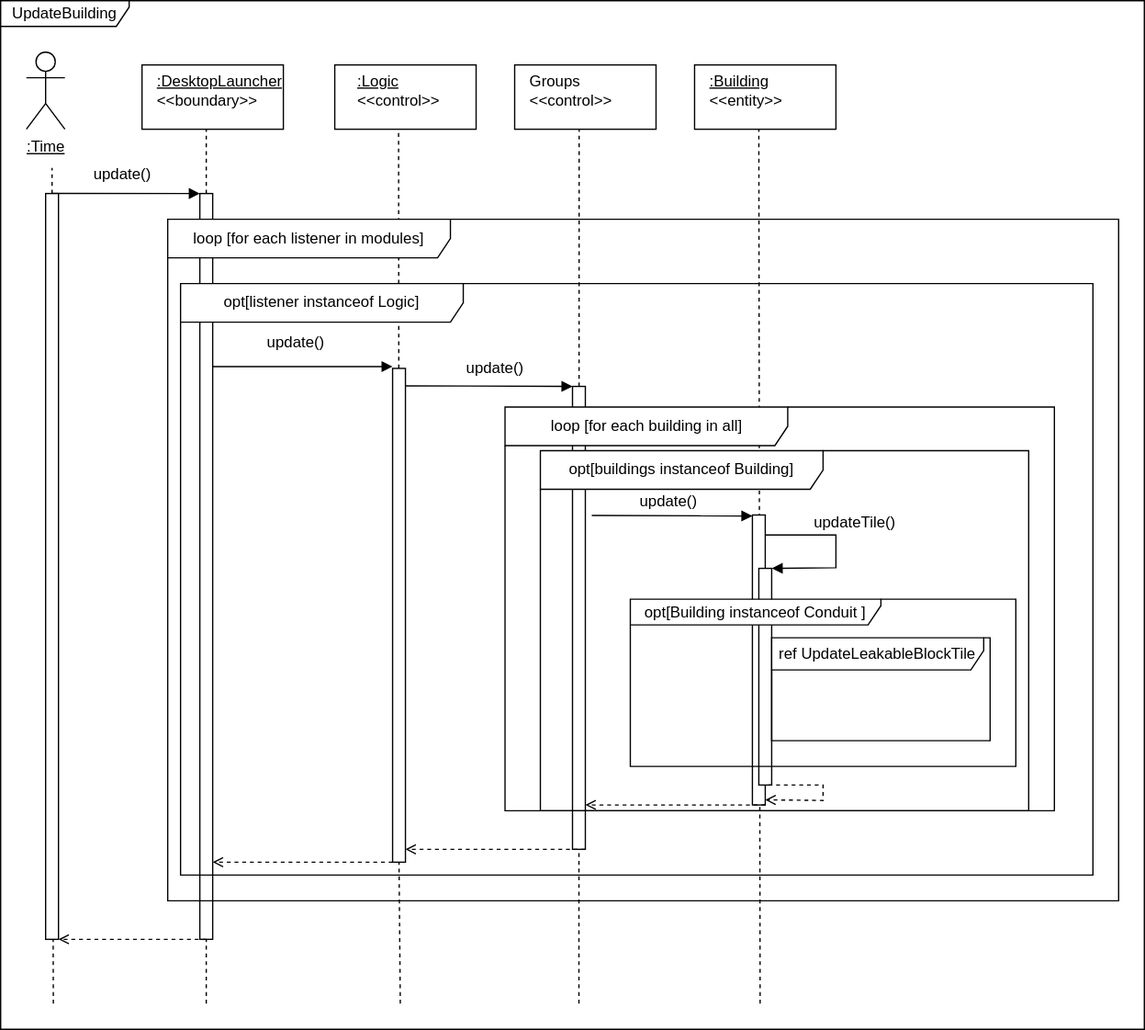
Above: SE202526/Milestone3/UserStory2/assets/seqUpdateBuilding.svg in gabits17/Mindustry-Add-ons-SE-Project (draw.io), before the change. Source tidied: cells renumbered, new cells last; positions are measured from the earlier drawing's top-left corner, leaving out a move shared by most shapes.
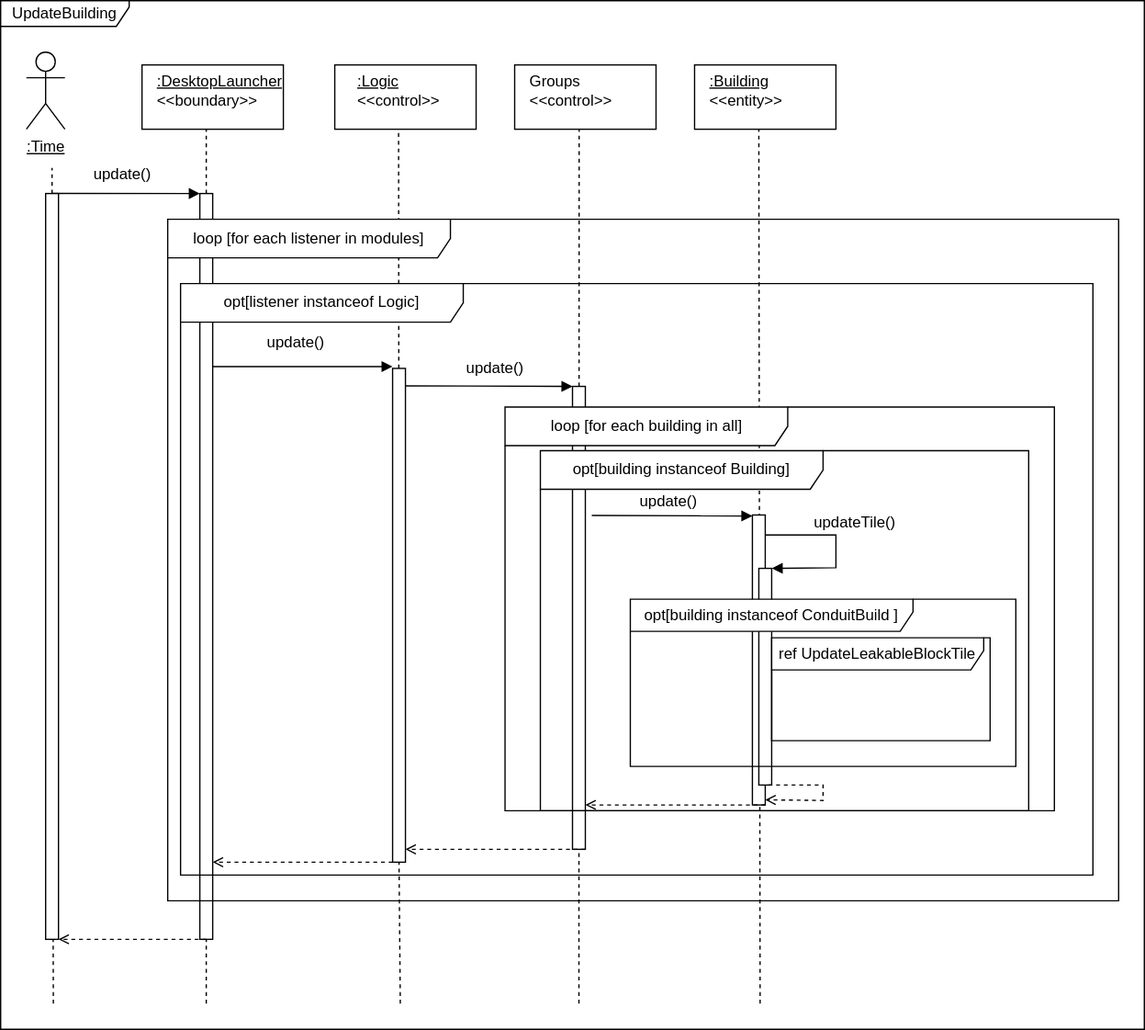
After the commit.

Commit message:
Diogo Antunes 67763: Fixed diagram mistake in UpdateBuilding

What changed in the source:
```diff
@@ -118,7 +118,7 @@
     <mxCell id="32" style="rounded=0;whiteSpace=wrap;html=1;" parent="1" vertex="1">
       <mxGeometry x="590" y="441.5" width="10" height="168.5" as="geometry" />
     </mxCell>
-    <mxCell id="33" value="opt[Building instanceof Conduit ]" style="shape=umlFrame;whiteSpace=wrap;html=1;width=195;height=20;" parent="1" vertex="1">
+    <mxCell id="33" value="opt[b&lt;span style=&quot;background-color: transparent; color: light-dark(rgb(0, 0, 0), rgb(255, 255, 255));&quot;&gt;uilding instanceof ConduitBuild ]&lt;/span&gt;" style="shape=umlFrame;whiteSpace=wrap;html=1;width=220;height=25;" parent="1" vertex="1">
       <mxGeometry x="490" y="465.5" width="300" height="130" as="geometry" />
     </mxCell>
     <mxCell id="34" value="ref UpdateLeakableBlockTile" style="shape=umlFrame;whiteSpace=wrap;html=1;width=165;height=25;" parent="1" vertex="1">
@@ -145,7 +145,7 @@
         </Array>
       </mxGeometry>
     </mxCell>
-    <mxCell id="39" value="opt[buildings instanceof Building]" style="shape=umlFrame;whiteSpace=wrap;html=1;width=220;height=30;" parent="1" vertex="1">
+    <mxCell id="39" value="opt[building instanceof Building]" style="shape=umlFrame;whiteSpace=wrap;html=1;width=220;height=30;" parent="1" vertex="1">
       <mxGeometry x="420" y="350" width="380" height="280" as="geometry" />
     </mxCell>
     <mxCell id="40" style="endArrow=open;html=1;rounded=0;endFill=0;dashed=1;" parent="1" edge="1">
```
